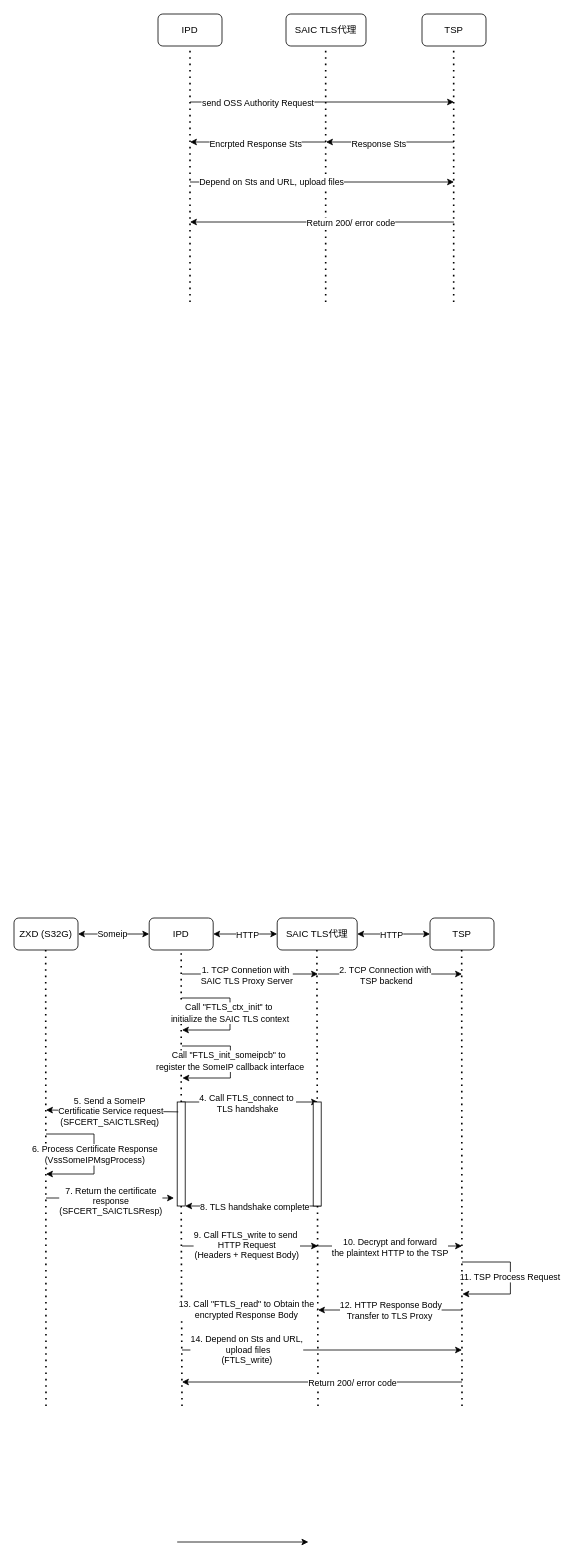
Before: HJtodolist.drawio in YuzhouYe/peb, a draw.io diagram. Source tidied: cells renumbered, new cells numbered last; positions are measured from the earlier drawing's top-left corner, leaving out a move shared by most shapes. Both pictures are drawn from the tidied source at 80%, with x=0, y=0 at pixel (14, 14).
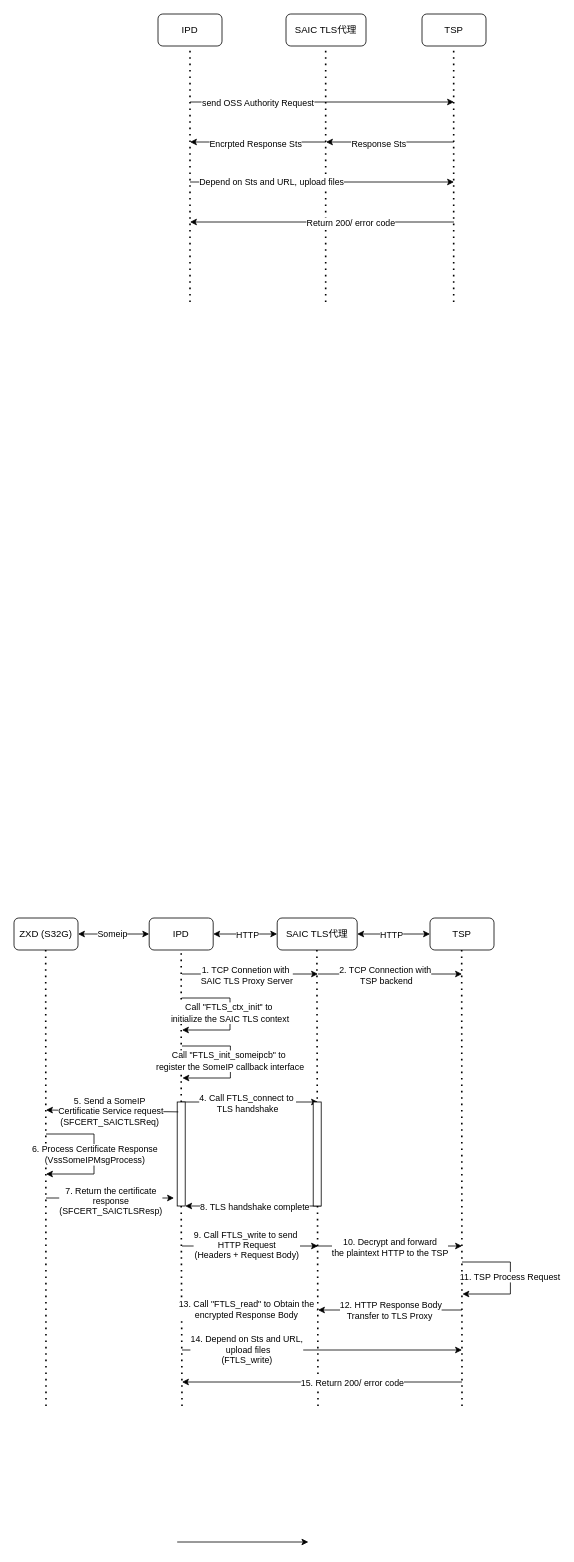
The same page after the edit.

The change refers to these unchanged cells:
```xml
<mxCell id="66" style="endArrow=classic;html=1;rounded=0;" parent="1" edge="1">
  <mxGeometry relative="1" as="geometry">
    <mxPoint x="560" y="1710" as="sourcePoint" />
    <mxPoint x="210" y="1710" as="targetPoint" />
  </mxGeometry>
</mxCell>
```

What changed in the source:
```diff
@@
-    <mxCell id="67" value="Return 200/ error code" style="edgeLabel;html=1;align=center;verticalAlign=middle;" parent="66" vertex="1">
+    <mxCell id="67" value="15. Return 200/ error code" style="edgeLabel;html=1;align=center;verticalAlign=middle;" parent="66" vertex="1">
       <mxGeometry x="-0.21" relative="1" as="geometry" />
     </mxCell>
```
